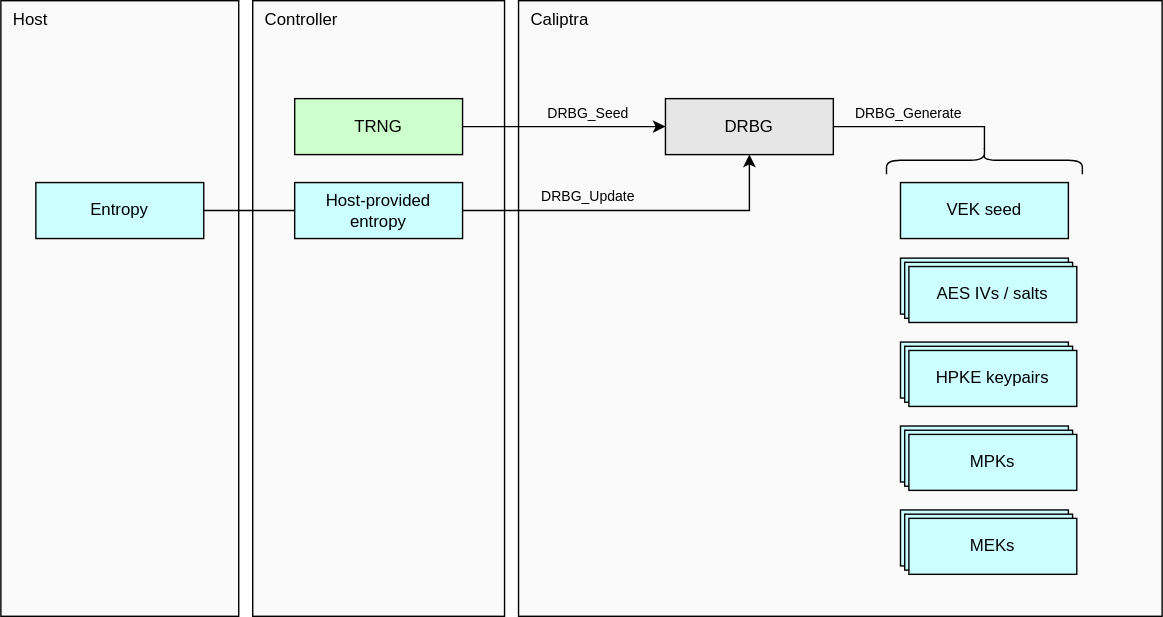
Above: doc/ocp_lock/diagrams/drbg_internal.drawio.svg in chipsalliance/Caliptra (draw.io), before the change. Source tidied: cells renumbered, new cells last; positions are measured from the earlier drawing's top-left corner, leaving out a move shared by most shapes.
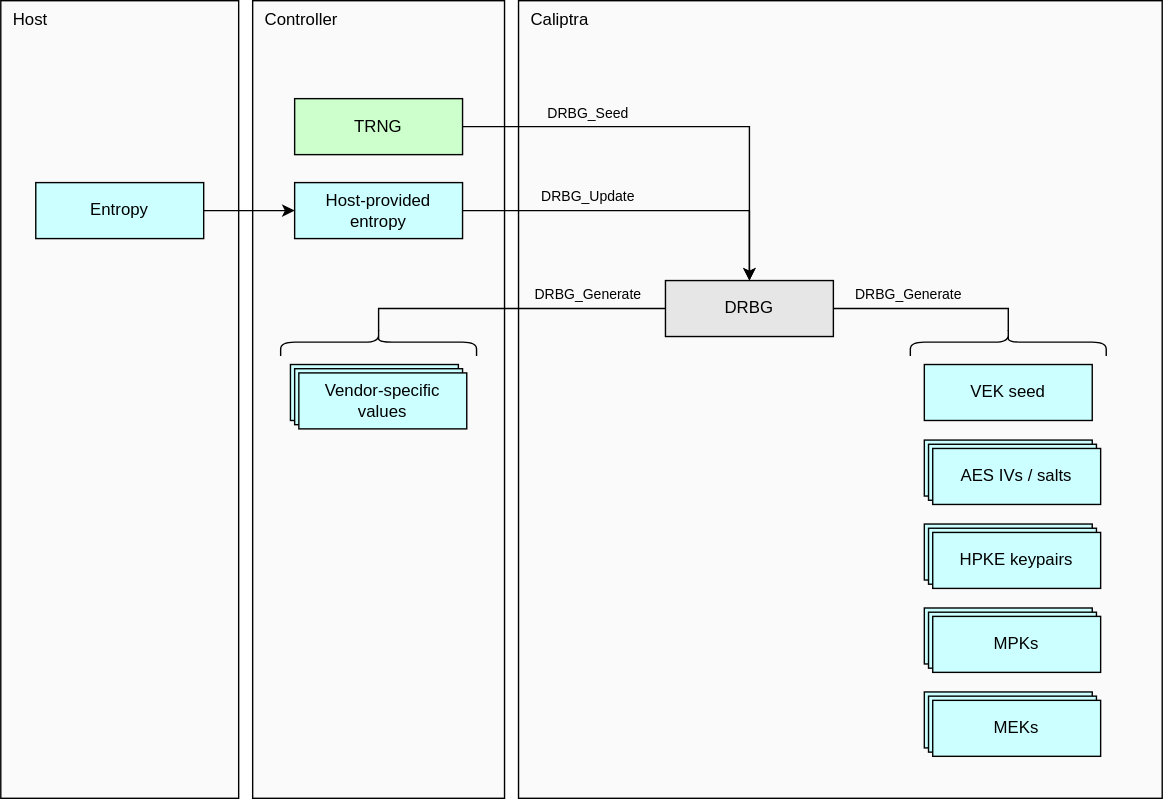
Above is the later version.

Commit message:
Amend DRBG diagram to include how drive firmware can use it. (#567)

What changed in the source:
```diff
@@ -3,42 +3,40 @@
     <mxCell id="0" />
     <mxCell id="1" parent="0" />
     <mxCell id="2" value="Caliptra" style="rounded=0;whiteSpace=wrap;html=1;fillColor=#FAFAFA;strokeColor=#000000;align=left;verticalAlign=top;spacingLeft=7;" parent="1" vertex="1">
-      <mxGeometry x="370" width="460" height="440" as="geometry" />
+      <mxGeometry x="353" y="-130" width="460" height="570" as="geometry" />
     </mxCell>
     <mxCell id="3" value="DRBG_Update" style="text;strokeColor=none;align=center;fillColor=none;html=1;verticalAlign=middle;whiteSpace=wrap;rounded=0;fontSize=10;" parent="1" vertex="1">
-      <mxGeometry x="370" y="130" width="100" height="20" as="geometry" />
+      <mxGeometry x="353" width="100" height="20" as="geometry" />
     </mxCell>
     <mxCell id="4" value="DRBG_Generate" style="text;strokeColor=none;align=center;fillColor=none;html=1;verticalAlign=middle;whiteSpace=wrap;rounded=0;fontSize=10;" parent="1" vertex="1">
-      <mxGeometry x="595" y="70" width="108" height="20" as="geometry" />
+      <mxGeometry x="578" y="70" width="108" height="20" as="geometry" />
     </mxCell>
     <mxCell id="5" value="Controller" style="rounded=0;whiteSpace=wrap;html=1;fillColor=#FAFAFA;strokeColor=#000000;align=left;verticalAlign=top;spacingLeft=7;" parent="1" vertex="1">
-      <mxGeometry x="180" width="180" height="440" as="geometry" />
+      <mxGeometry x="163" y="-130" width="180" height="570" as="geometry" />
     </mxCell>
     <mxCell id="6" value="Host" style="rounded=0;whiteSpace=wrap;html=1;fillColor=#FAFAFA;strokeColor=#000000;align=left;verticalAlign=top;spacingLeft=7;" parent="1" vertex="1">
-      <mxGeometry width="170" height="440" as="geometry" />
+      <mxGeometry x="-17" y="-130" width="170" height="570" as="geometry" />
     </mxCell>
     <mxCell id="7" value="&lt;div&gt;&lt;span style=&quot;background-color: transparent;&quot;&gt;Entropy&lt;/span&gt;&lt;/div&gt;" style="rounded=0;whiteSpace=wrap;html=1;align=center;verticalAlign=middle;shadow=0;glass=0;spacingLeft=0;spacingBottom=0;spacingTop=0;fillColor=#CCFFFF;" parent="1" vertex="1">
-      <mxGeometry x="25" y="130" width="120" height="40" as="geometry" />
+      <mxGeometry x="8" width="120" height="40" as="geometry" />
     </mxCell>
-    <mxCell id="8" style="endArrow=classic;html=1;exitX=1;exitY=0.5;exitDx=0;exitDy=0;entryX=0;entryY=0.5;entryDx=0;entryDy=0;" parent="1" edge="1" source="7">
-      <mxGeometry relative="1" as="geometry">
-        <mxPoint x="220" y="150" as="targetPoint" />
-      </mxGeometry>
+    <mxCell id="8" style="endArrow=classic;html=1;exitX=1;exitY=0.5;exitDx=0;exitDy=0;entryX=0;entryY=0.5;entryDx=0;entryDy=0;" parent="1" edge="1" source="7" target="10">
+      <mxGeometry relative="1" as="geometry" />
     </mxCell>
-    <mxCell id="9" style="edgeStyle=orthogonalEdgeStyle;html=1;exitX=1;exitY=0.5;exitDx=0;exitDy=0;entryX=0.5;entryY=1;entryDx=0;entryDy=0;rounded=0;" parent="1" edge="1" source="10" target="11">
+    <mxCell id="9" style="edgeStyle=orthogonalEdgeStyle;html=1;exitX=1;exitY=0.5;exitDx=0;exitDy=0;rounded=0;entryX=0.5;entryY=0;entryDx=0;entryDy=0;" parent="1" edge="1" source="10" target="11">
       <mxGeometry relative="1" as="geometry" />
     </mxCell>
     <mxCell id="10" value="&lt;div&gt;&lt;span style=&quot;background-color: transparent;&quot;&gt;Host-provided entropy&lt;/span&gt;&lt;/div&gt;" style="rounded=0;whiteSpace=wrap;html=1;align=center;verticalAlign=middle;shadow=0;glass=0;spacingLeft=0;spacingBottom=0;spacingTop=0;fillColor=#CCFFFF;" parent="1" vertex="1">
-      <mxGeometry x="210" y="130" width="120" height="40" as="geometry" />
+      <mxGeometry x="193" width="120" height="40" as="geometry" />
     </mxCell>
     <mxCell id="11" value="&lt;div&gt;&lt;font color=&quot;#000000&quot;&gt;DRBG&lt;/font&gt;&lt;/div&gt;" style="rounded=0;whiteSpace=wrap;html=1;align=center;verticalAlign=middle;shadow=0;glass=0;spacingLeft=0;spacingBottom=0;spacingTop=0;fillColor=#E6E6E6;" parent="1" vertex="1">
-      <mxGeometry x="475" y="70" width="120" height="40" as="geometry" />
+      <mxGeometry x="458" y="70" width="120" height="40" as="geometry" />
     </mxCell>
-    <mxCell id="12" style="edgeStyle=none;html=1;exitX=1;exitY=0.5;exitDx=0;exitDy=0;entryX=0;entryY=0.5;entryDx=0;entryDy=0;" parent="1" edge="1" source="13" target="11">
+    <mxCell id="12" style="edgeStyle=orthogonalEdgeStyle;html=1;exitX=1;exitY=0.5;exitDx=0;exitDy=0;entryX=0.5;entryY=0;entryDx=0;entryDy=0;rounded=0;" parent="1" edge="1" source="13" target="11">
       <mxGeometry relative="1" as="geometry" />
     </mxCell>
     <mxCell id="13" value="&lt;div&gt;&lt;font color=&quot;#000000&quot;&gt;TRNG&lt;/font&gt;&lt;/div&gt;" style="rounded=0;whiteSpace=wrap;html=1;align=center;verticalAlign=middle;shadow=0;glass=0;spacingLeft=0;spacingBottom=0;spacingTop=0;fillColor=#CCFFCC;strokeColor=#000000;" parent="1" vertex="1">
-      <mxGeometry x="210" y="70" width="120" height="40" as="geometry" />
+      <mxGeometry x="193" y="-60" width="120" height="40" as="geometry" />
     </mxCell>
     <mxCell id="14" value="&lt;div&gt;&lt;font color=&quot;#000000&quot;&gt;VEK seed&lt;/font&gt;&lt;/div&gt;" style="rounded=0;whiteSpace=wrap;html=1;align=center;verticalAlign=middle;shadow=0;glass=0;spacingLeft=0;spacingBottom=0;spacingTop=0;fillColor=#CCFFFF;" parent="1" vertex="1">
       <mxGeometry x="643" y="130" width="120" height="40" as="geometry" />
@@ -90,7 +88,29 @@
       </mxGeometry>
     </mxCell>
     <mxCell id="29" value="DRBG_Seed" style="text;strokeColor=none;align=center;fillColor=none;html=1;verticalAlign=middle;whiteSpace=wrap;rounded=0;fontSize=10;" parent="1" vertex="1">
-      <mxGeometry x="370" y="70" width="100" height="20" as="geometry" />
+      <mxGeometry x="353" y="-60" width="100" height="20" as="geometry" />
     </mxCell>
+    <mxCell id="30" value="&lt;div&gt;&lt;font color=&quot;#000000&quot;&gt;HPKE keypairs&lt;/font&gt;&lt;/div&gt;" style="rounded=0;whiteSpace=wrap;html=1;align=center;verticalAlign=middle;shadow=0;glass=0;spacingLeft=0;spacingBottom=0;spacingTop=0;fillColor=#CCFFFF;" parent="1" vertex="1">
+      <mxGeometry x="190" y="130" width="120" height="40" as="geometry" />
+    </mxCell>
+    <mxCell id="31" value="&lt;div&gt;&lt;font color=&quot;#000000&quot;&gt;HPKE keypairs&lt;/font&gt;&lt;/div&gt;" style="rounded=0;whiteSpace=wrap;html=1;align=center;verticalAlign=middle;shadow=0;glass=0;spacingLeft=0;spacingBottom=0;spacingTop=0;fillColor=#CCFFFF;" parent="1" vertex="1">
+      <mxGeometry x="193" y="133" width="120" height="40" as="geometry" />
+    </mxCell>
+    <mxCell id="32" value="&lt;div&gt;&lt;font color=&quot;#000000&quot;&gt;Vendor-specific values&lt;/font&gt;&lt;/div&gt;" style="rounded=0;whiteSpace=wrap;html=1;align=center;verticalAlign=middle;shadow=0;glass=0;spacingLeft=0;spacingBottom=0;spacingTop=0;fillColor=#CCFFFF;" parent="1" vertex="1">
+      <mxGeometry x="196" y="136" width="120" height="40" as="geometry" />
+    </mxCell>
+    <mxCell id="33" style="shape=curlyBracket;whiteSpace=wrap;html=1;rounded=1;flipH=1;labelPosition=right;verticalLabelPosition=middle;align=left;verticalAlign=middle;rotation=-90;" parent="1" vertex="1">
+      <mxGeometry x="243" y="44" width="20" height="140" as="geometry" />
+    </mxCell>
+    <mxCell id="34" style="edgeStyle=orthogonalEdgeStyle;html=1;exitX=0;exitY=0.5;exitDx=0;exitDy=0;entryX=0.1;entryY=0.5;entryDx=0;entryDy=0;entryPerimeter=0;rounded=0;endArrow=none;endFill=0;" parent="1" edge="1" source="11" target="33">
+      <mxGeometry relative="1" as="geometry">
+        <Array as="points">
+          <mxPoint x="253" y="90" />
+        </Array>
+      </mxGeometry>
+    </mxCell>
+    <mxCell id="35" value="DRBG_Generate" style="text;strokeColor=none;align=center;fillColor=none;html=1;verticalAlign=middle;whiteSpace=wrap;rounded=0;fontSize=10;" parent="1" vertex="1">
+      <mxGeometry x="349" y="70" width="108" height="20" as="geometry" />
+    </mxCell>
   </root>
 </mxGraphModel>
```
